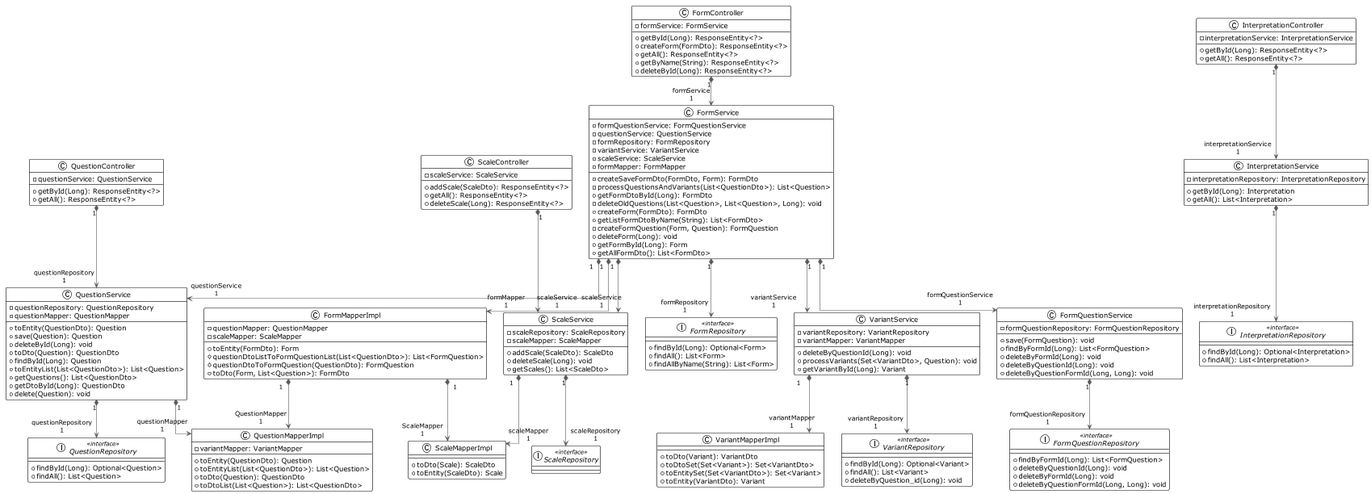
The PlantUML diagram questionnaire/uml/questionnaire.png in giezz/rc-arm-modules-back, before a commit.
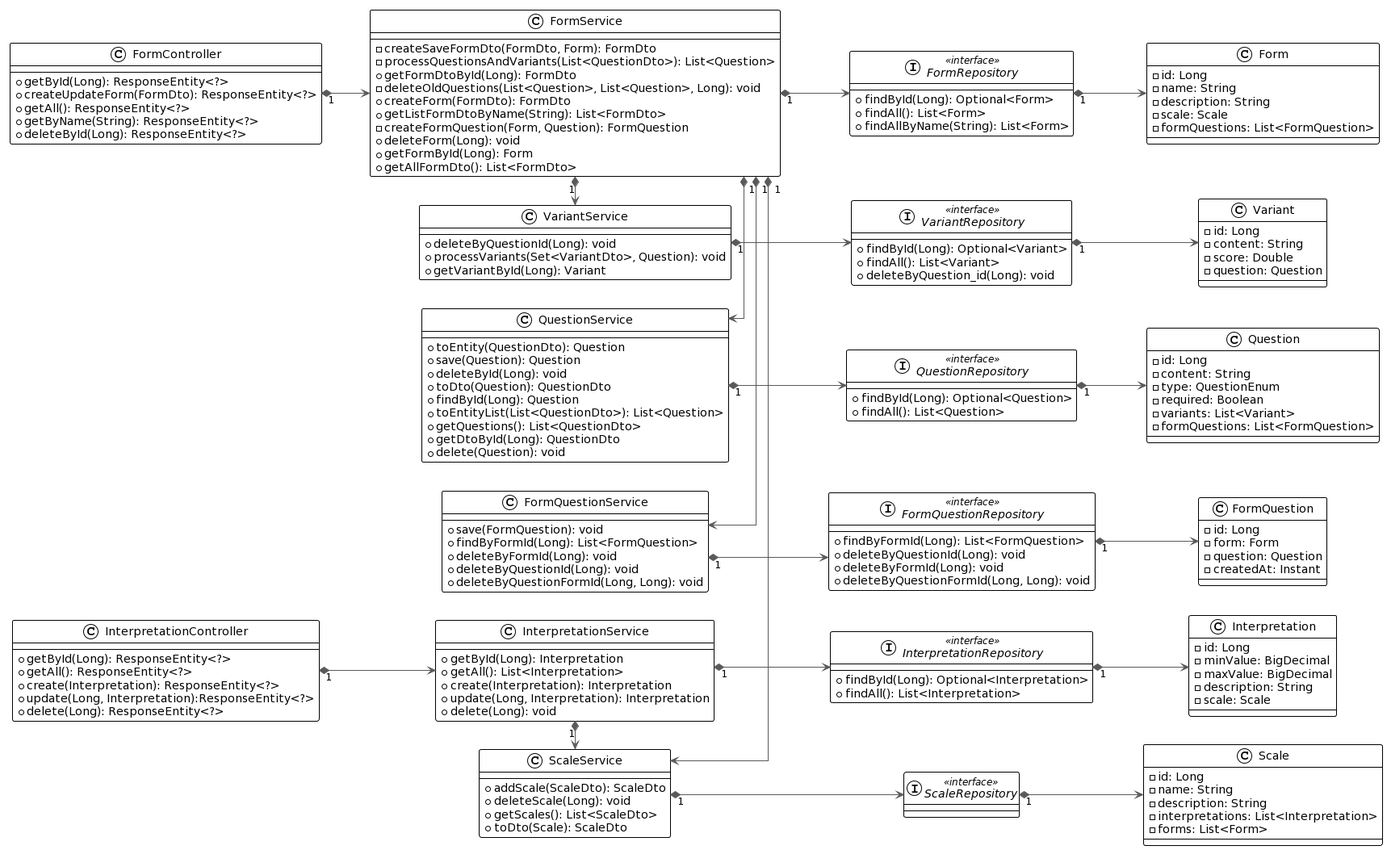
Above is the later version.

Commit message:
components uml

The edit, as a diff of the source:
```diff
@@ -1,24 +1,15 @@
 @startuml
-
 !theme plain
 top to bottom direction
 skinparam linetype ortho
+left to right direction
 
 class FormController {
-  - formService: FormService
   + getById(Long): ResponseEntity<?>
-  + createForm(FormDto): ResponseEntity<?>
+  + createUpdateForm(FormDto): ResponseEntity<?>
   + getAll(): ResponseEntity<?>
   + getByName(String): ResponseEntity<?>
   + deleteById(Long): ResponseEntity<?>
-}
-class FormMapperImpl {
-  - questionMapper: QuestionMapper
-  - scaleMapper: ScaleMapper
-  + toEntity(FormDto): Form
-  # questionDtoListToFormQuestionList(List<QuestionDto>): List<FormQuestion>
-  # questionDtoToFormQuestion(QuestionDto): FormQuestion
-  + toDto(Form, List<Question>): FormDto
 }
 interface FormQuestionRepository << interface >> {
   + findByFormId(Long): List<FormQuestion>
@@ -32,12 +23,6 @@
   + findAllByName(String): List<Form>
 }
 class FormService {
-  - formQuestionService: FormQuestionService
-  - questionService: QuestionService
-  - formRepository: FormRepository
-  - variantService: VariantService
-  - scaleService: ScaleService
-  - formMapper: FormMapper
   - createSaveFormDto(FormDto, Form): FormDto
   - processQuestionsAndVariants(List<QuestionDto>): List<Question>
   + getFormDtoById(Long): FormDto
@@ -50,38 +35,28 @@
   + getAllFormDto(): List<FormDto>
 }
 class InterpretationController {
-  - interpretationService: InterpretationService
   + getById(Long): ResponseEntity<?>
   + getAll(): ResponseEntity<?>
+  + create(Interpretation): ResponseEntity<?>
+  + update(Long, Interpretation):ResponseEntity<?>
+  + delete(Long): ResponseEntity<?>
 }
 interface InterpretationRepository << interface >> {
   + findById(Long): Optional<Interpretation>
   + findAll(): List<Interpretation>
 }
 class InterpretationService {
-  - interpretationRepository: InterpretationRepository
   + getById(Long): Interpretation
   + getAll(): List<Interpretation>
-}
-class QuestionController {
-  - questionService: QuestionService
-  + getById(Long): ResponseEntity<?>
-  + getAll(): ResponseEntity<?>
-}
-class QuestionMapperImpl {
-  - variantMapper: VariantMapper
-  + toEntity(QuestionDto): Question
-  + toEntityList(List<QuestionDto>): List<Question>
-  + toDto(Question): QuestionDto
-  + toDtoList(List<Question>): List<QuestionDto>
+  + create(Interpretation): Interpretation
+  + update(Long, Interpretation): Interpretation
+  + delete(Long): void
 }
 interface QuestionRepository << interface >> {
   + findById(Long): Optional<Question>
   + findAll(): List<Question>
 }
 class QuestionService {
-  - questionRepository: QuestionRepository
-  - questionMapper: QuestionMapper
   + toEntity(QuestionDto): Question
   + save(Question): Question
   + deleteById(Long): void
@@ -92,29 +67,12 @@
   + getDtoById(Long): QuestionDto
   + delete(Question): void
 }
-class ScaleController {
-  - scaleService: ScaleService
-  + addScale(ScaleDto): ResponseEntity<?>
-  + getAll(): ResponseEntity<?>
-  + deleteScale(Long): ResponseEntity<?>
-}
-class ScaleMapperImpl {
-  + toDto(Scale): ScaleDto
-  + toEntity(ScaleDto): Scale
-}
 interface ScaleRepository << interface >>
 class ScaleService {
-  - scaleRepository: ScaleRepository
-  - scaleMapper: ScaleMapper
   + addScale(ScaleDto): ScaleDto
   + deleteScale(Long): void
   + getScales(): List<ScaleDto>
-}
-class VariantMapperImpl {
-  + toDto(Variant): VariantDto
-  + toDtoSet(Set<Variant>): Set<VariantDto>
-  + toEntitySet(Set<VariantDto>): Set<Variant>
-  + toEntity(VariantDto): Variant
+  + toDto(Scale): ScaleDto
 }
 interface VariantRepository << interface >> {
   + findById(Long): Optional<Variant>
@@ -122,40 +80,78 @@
   + deleteByQuestion_id(Long): void
 }
 class VariantService {
-  - variantRepository: VariantRepository
-  - variantMapper: VariantMapper
   + deleteByQuestionId(Long): void
   + processVariants(Set<VariantDto>, Question): void
   + getVariantById(Long): Variant
 }
 class FormQuestionService{
-    - formQuestionRepository: FormQuestionRepository
     + save(FormQuestion): void
     + findByFormId(Long): List<FormQuestion>
     + deleteByFormId(Long): void
     + deleteByQuestionId(Long): void
     + deleteByQuestionFormId(Long, Long): void
 }
+class Form{
+    - id: Long
+    - name: String
+    - description: String
+    - scale: Scale
+    - formQuestions: List<FormQuestion>
+}
+class FormQuestion{
+    - id: Long
+    - form: Form
+    - question: Question
+    - createdAt: Instant
+}
+class Question{
+    - id: Long
+    - content: String
+    - type: QuestionEnum
+    - required: Boolean
+    - variants: List<Variant>
+    - formQuestions: List<FormQuestion>
+}
+class Variant{
+    - id: Long
+    - content: String
+    - score: Double
+    - question: Question
+}
+class Scale{
+    - id: Long
+    - name: String
+    - description: String
+    - interpretations: List<Interpretation>
+    - forms: List<Form>
+}
+class Interpretation{
+    - id: Long
+    - minValue: BigDecimal
+    - maxValue: BigDecimal
+    - description: String
+    - scale: Scale
+}
 
 
-FormQuestionService      "1" *-[#595959,plain]-> "formQuestionRepository\n1" FormQuestionRepository
-FormMapperImpl           "1" *-[#595959,plain]->  "QuestionMapper\n1" QuestionMapperImpl
-FormMapperImpl           "1" *-[#595959,plain]->  "ScaleMapper\n1" ScaleMapperImpl
-FormService              "1" *-[#595959,plain]-> "formMapper\n1" FormMapperImpl
-FormService              "1" *-[#595959,plain]-> "formQuestionService\n1" FormQuestionService
-FormService              "1" *-[#595959,plain]-> "formRepository\n1" FormRepository
-FormService              "1" *-[#595959,plain]-> "questionService\n1" QuestionService
-FormService              "1" *-[#595959,plain]-> "variantService\n1" VariantService
-FormService              "1" *-[#595959,plain]-> "scaleService\n1" ScaleService
-FormController           "1" *-[#595959,plain]-> "formService\n1" FormService
-InterpretationController "1" *-[#595959,plain]-> "interpretationService\n1" InterpretationService
-InterpretationService    "1" *-[#595959,plain]-> "interpretationRepository\n1" InterpretationRepository
-QuestionService          "1" *-[#595959,plain]-> "questionRepository\n1" QuestionRepository
-QuestionService          "1" *-[#595959,plain]-> "questionMapper\n1" QuestionMapperImpl
-QuestionController       "1" *-[#595959,plain]-> "questionRepository\n1" QuestionService
-ScaleController          "1" *-[#595959,plain]-> "scaleService\n1" ScaleService
-ScaleService             "1" *-[#595959,plain]-> "scaleRepository\n1" ScaleRepository
-ScaleService             "1" *-[#595959,plain]-> "scaleMapper\n1" ScaleMapperImpl
-VariantService           "1" *-[#595959,plain]-> "variantRepository\n1" VariantRepository
-VariantService           "1" *-[#595959,plain]-> "variantMapper\n1" VariantMapperImpl
+InterpretationController "1" *-[#595959,plain]-> InterpretationService
+FormController           "1" *-[#595959,plain]-> FormService
+FormQuestionService      "1" *-[#595959,plain]-> FormQuestionRepository
+FormService              "1" *-[#595959,plain]-> FormRepository
+FormService              "1" *-[#595959,plain]> FormQuestionService
+FormService              "1" *-[#595959,plain]> QuestionService
+FormService              "1" *-[#595959,plain]> VariantService
+FormService              "1" *-[#595959,plain]> ScaleService
+InterpretationService    "1" *-[#595959,plain]-> InterpretationRepository
+InterpretationService    "1" *-[#595959,plain]> ScaleService
+QuestionService          "1" *-[#595959,plain]-> QuestionRepository
+ScaleService             "1" *-[#595959,plain]-> ScaleRepository
+VariantService           "1" *-[#595959,plain]-> VariantRepository
+
+ScaleRepository           "1" *-[#595959,plain]-> Scale
+InterpretationRepository           "1" *-[#595959,plain]-> Interpretation
+QuestionRepository           "1" *-[#595959,plain]-> Question
+VariantRepository           "1" *-[#595959,plain]-> Variant
+FormRepository           "1" *-[#595959,plain]-> Form
+FormQuestionRepository           "1" *-[#595959,plain]-> FormQuestion
 @enduml
```
